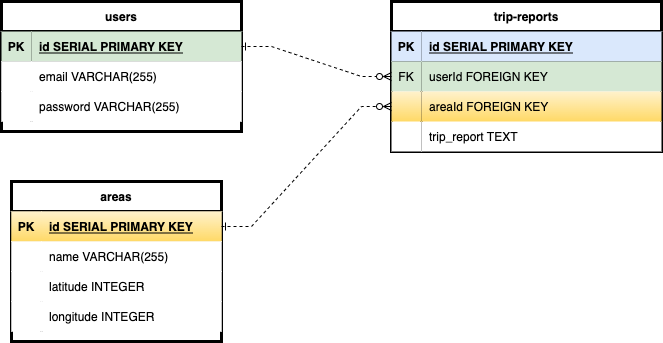
mvanzo/P2-Dir keeps this draw.io diagram as ERD.drawio.png. Above is the earlier version. Source tidied: cells renumbered, new cells last; positions are measured from the earlier drawing's top-left corner, leaving out a move shared by most shapes.
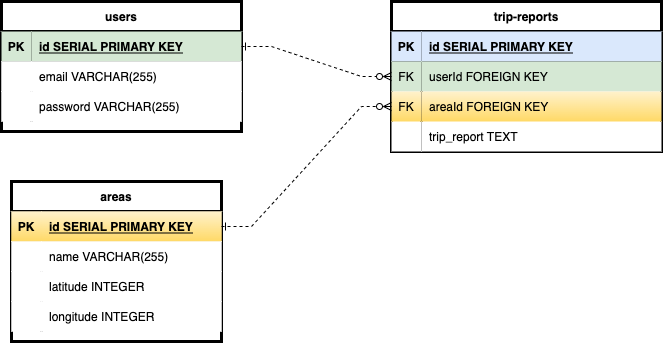
After the commit.

The edit, as a diff of the source:
```diff
@@ -95,7 +95,7 @@
     <mxCell id="32" style="shape=tableRow;horizontal=0;startSize=0;swimlaneHead=0;swimlaneBody=0;fillColor=none;points=[[0,0.5],[1,0.5]];portConstraint=eastwest;top=0;left=0;right=0;bottom=0;strokeWidth=3;" parent="25" vertex="1">
       <mxGeometry y="90" width="270" height="30" as="geometry" />
     </mxCell>
-    <mxCell id="33" style="shape=partialRectangle;fillColor=#fff2cc;top=0;left=0;bottom=0;right=0;overflow=hidden;strokeWidth=3;strokeColor=#d6b656;gradientColor=#ffd966;" parent="32" vertex="1">
+    <mxCell id="33" value="FK" style="shape=partialRectangle;fillColor=#fff2cc;top=0;left=0;bottom=0;right=0;overflow=hidden;strokeWidth=3;strokeColor=#d6b656;gradientColor=#ffd966;" parent="32" vertex="1">
       <mxGeometry width="30" height="30" as="geometry" />
     </mxCell>
     <mxCell id="34" value="areaId FOREIGN KEY" style="shape=partialRectangle;fillColor=#fff2cc;top=0;left=0;bottom=0;right=0;align=left;spacingLeft=6;overflow=hidden;strokeWidth=3;strokeColor=#d6b656;gradientColor=#ffd966;" parent="32" vertex="1">
```
